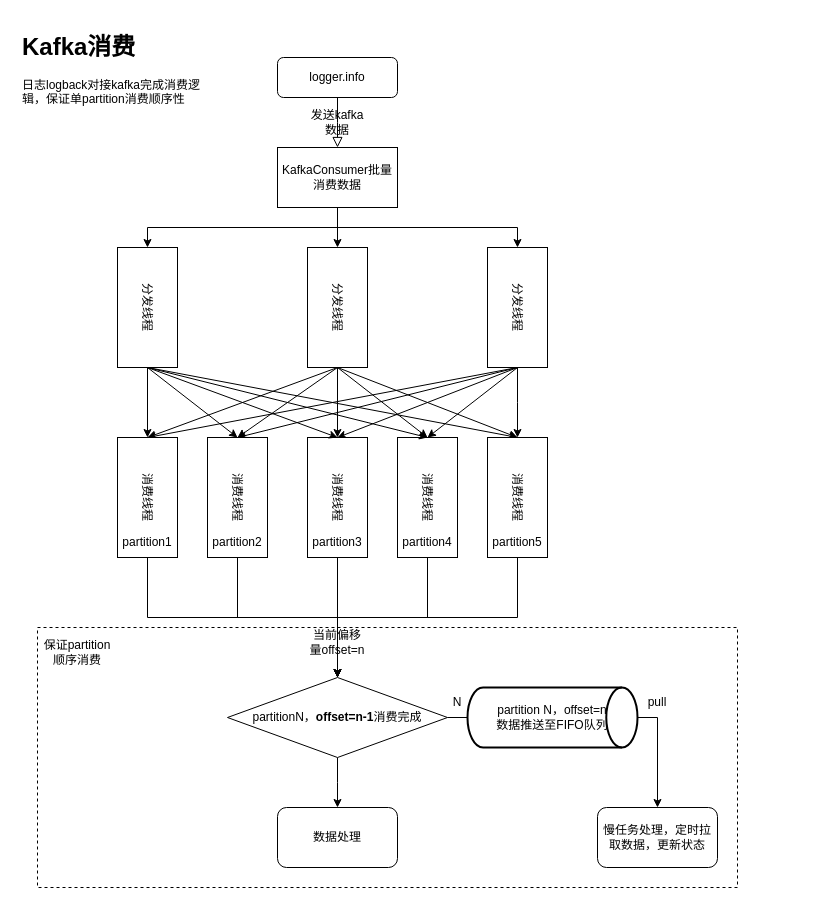
Above: 绘图文件/日志对接kafka流程.drawio in NjuptMei/DrowIo (draw.io), before the change. Source tidied: cells renumbered, new cells numbered last; positions are measured from the earlier drawing's top-left corner, leaving out a move shared by most shapes. Both pictures are drawn from the tidied source at 100%, with x=0, y=0 at pixel (17, 27).
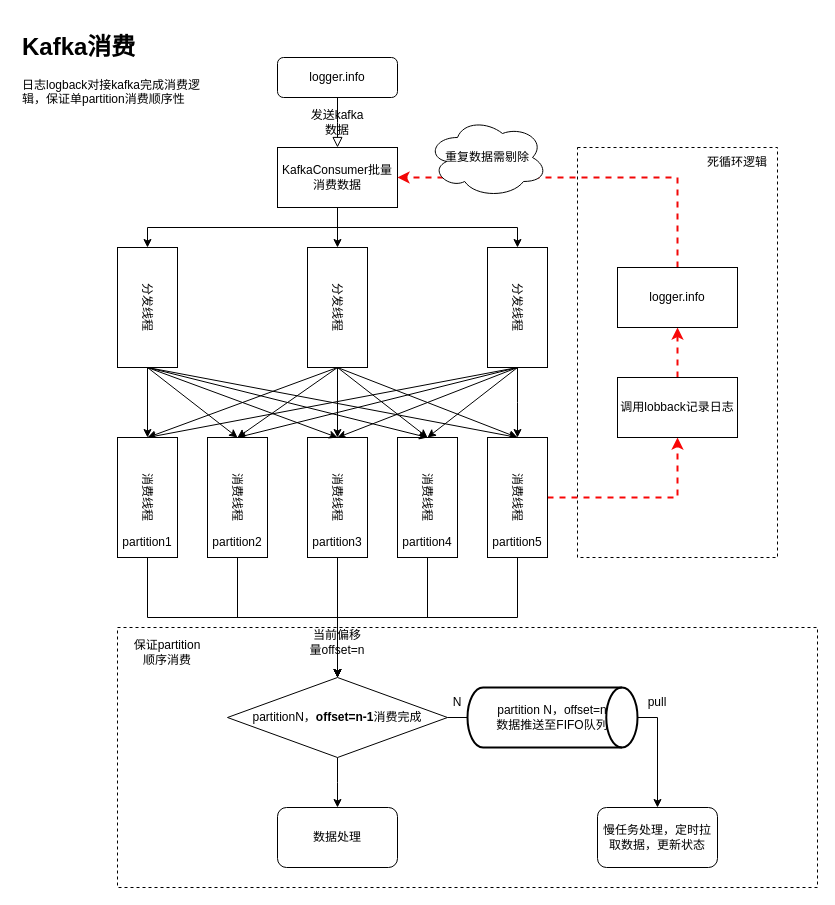
The same diagram, later.

Commit message (it also covers changes not shown here):
更新日志对接kafka流程.drawio

Unchanged cells that the change refers to:
```xml
<mxCell id="8" value="KafkaConsumer批量消费数据" style="rounded=0;whiteSpace=wrap;html=1;" parent="1" vertex="1">
  <mxGeometry x="260" y="120" width="120" height="60" as="geometry" />
</mxCell>
<mxCell id="26" value="消费线程" style="rounded=0;whiteSpace=wrap;html=1;rotation=90;" parent="1" vertex="1">
  <mxGeometry x="440" y="440" width="120" height="60" as="geometry" />
</mxCell>
```

The edit, as a diff of the source:
```diff
@@
+    <mxCell id="55" style="rounded=0;whiteSpace=wrap;html=1;dashed=1;" parent="1" vertex="1">
+      <mxGeometry x="560" y="120" width="200" height="410" as="geometry" />
+    </mxCell>
     <mxCell id="2" style="rounded=0;whiteSpace=wrap;html=1;dashed=1;" parent="1" vertex="1">
-      <mxGeometry x="20" y="600" width="700" height="260" as="geometry" />
+      <mxGeometry x="100" y="600" width="700" height="260" as="geometry" />
     </mxCell>
@@
+    <mxCell id="56" style="edgeStyle=orthogonalEdgeStyle;rounded=0;jettySize=auto;html=1;exitX=0.5;exitY=0;exitDx=0;exitDy=0;entryX=0.5;entryY=1;entryDx=0;entryDy=0;dashed=1;strokeWidth=2;strokeColor=#f90606;" parent="1" edge="1" source="26" target="59">
+      <mxGeometry relative="1" as="geometry" />
+    </mxCell>
@@
     <mxCell id="53" value="保证partition顺序消费" style="text;html=1;strokeColor=none;fillColor=none;align=center;verticalAlign=middle;whiteSpace=wrap;rounded=0;" parent="1" vertex="1">
-      <mxGeometry x="20" y="610" width="80" height="30" as="geometry" />
+      <mxGeometry x="110" y="610" width="80" height="30" as="geometry" />
     </mxCell>
@@
+    <mxCell id="57" value="死循环逻辑" style="text;html=1;strokeColor=none;fillColor=none;align=center;verticalAlign=middle;whiteSpace=wrap;rounded=0;" parent="1" vertex="1">
+      <mxGeometry x="680" y="120" width="80" height="30" as="geometry" />
+    </mxCell>
+    <mxCell id="58" style="edgeStyle=orthogonalEdgeStyle;rounded=0;jettySize=auto;html=1;exitX=0.5;exitY=0;exitDx=0;exitDy=0;dashed=1;strokeColor=#f70808;strokeWidth=2;" parent="1" edge="1" source="59" target="61">
+      <mxGeometry relative="1" as="geometry">
+        <Array as="points">
+          <mxPoint x="660" y="330" />
+          <mxPoint x="660" y="330" />
+        </Array>
+      </mxGeometry>
+    </mxCell>
+    <mxCell id="59" value="调用lobback记录日志" style="rounded=0;whiteSpace=wrap;html=1;" parent="1" vertex="1">
+      <mxGeometry x="600" y="350" width="120" height="60" as="geometry" />
+    </mxCell>
+    <mxCell id="60" style="edgeStyle=orthogonalEdgeStyle;rounded=0;jettySize=auto;html=1;exitX=0.5;exitY=0;exitDx=0;exitDy=0;entryX=1;entryY=0.5;entryDx=0;entryDy=0;strokeWidth=2;strokeColor=#f20707;fillColor=#f8cecc;dashed=1;" parent="1" edge="1" source="61" target="8">
+      <mxGeometry relative="1" as="geometry">
+        <Array as="points">
+          <mxPoint x="660" y="150" />
+        </Array>
+      </mxGeometry>
+    </mxCell>
+    <mxCell id="61" value="logger.info" style="rounded=0;whiteSpace=wrap;html=1;" parent="1" vertex="1">
+      <mxGeometry x="600" y="240" width="120" height="60" as="geometry" />
+    </mxCell>
+    <mxCell id="62" value="重复数据需剔除" style="ellipse;shape=cloud;whiteSpace=wrap;html=1;" parent="1" vertex="1">
+      <mxGeometry x="410" y="90" width="120" height="80" as="geometry" />
+    </mxCell>
```
